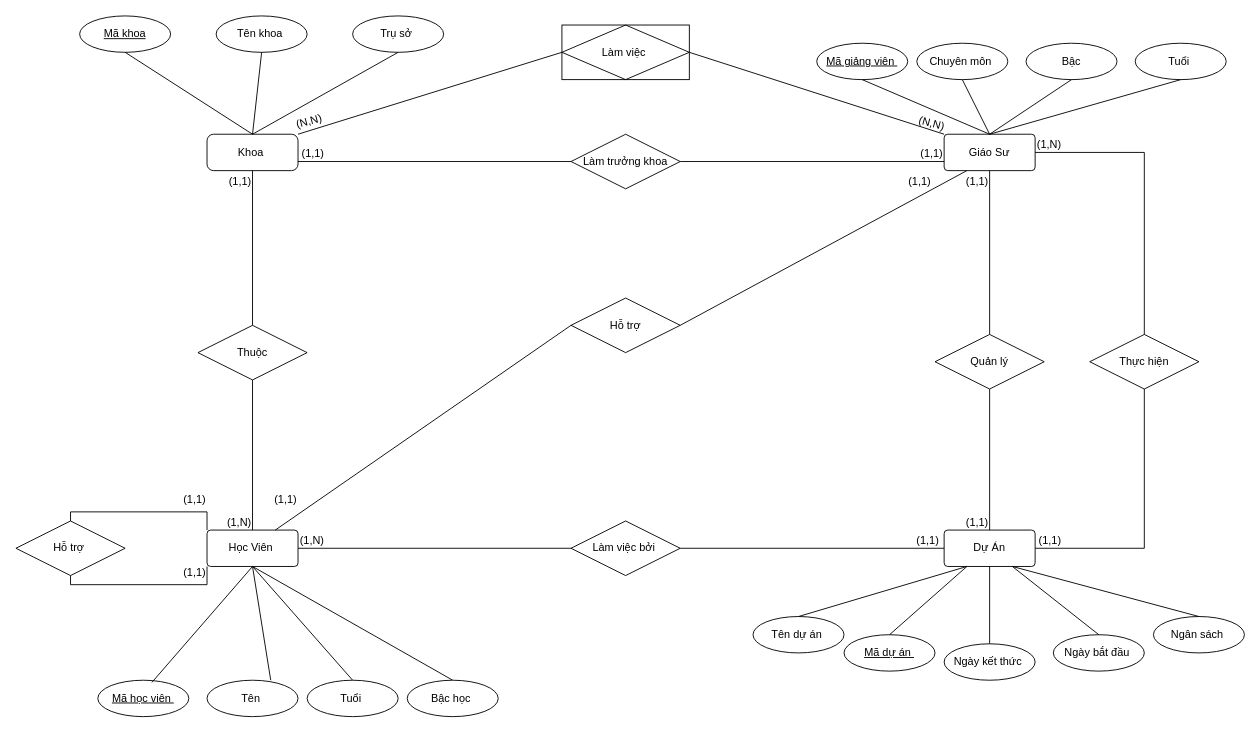
This is bai2.drawio from Hathe22/CSDL, a draw.io file, before an edit. Source tidied: cells renumbered, new cells numbered last; positions are measured from the earlier drawing's top-left corner, leaving out a move shared by most shapes. Both pictures are drawn from the tidied source at 91%, with x=0, y=0 at pixel (15, 15).
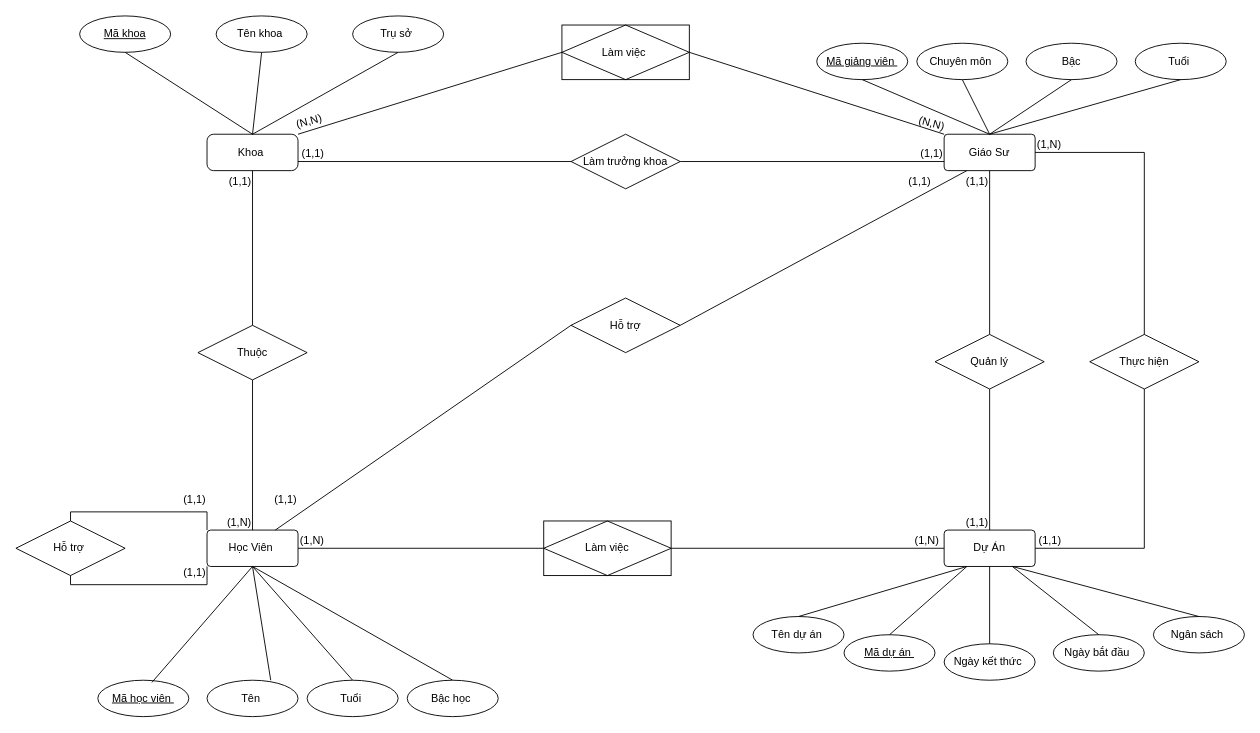
Above is the later version.

Commit message:
Cập nhật bai2 ER.drawio

Unchanged cells that the change refers to:
```xml
<mxCell id="11" value="Học Viên&amp;nbsp;" style="rounded=1;arcSize=10;whiteSpace=wrap;html=1;align=center;" parent="1" vertex="1">
  <mxGeometry x="210" y="565" width="100" height="40" as="geometry" />
</mxCell>
<mxCell id="19" value="Dự Án" style="rounded=1;arcSize=10;whiteSpace=wrap;html=1;align=center;" parent="1" vertex="1">
  <mxGeometry x="1020" y="565" width="100" height="40" as="geometry" />
</mxCell>
```

What changed in the source:
```diff
@@
-    <mxCell id="48" value="Làm việc bởi&amp;nbsp;" style="shape=rhombus;perimeter=rhombusPerimeter;whiteSpace=wrap;html=1;align=center;" parent="1" vertex="1">
-      <mxGeometry x="610" y="555" width="120" height="60" as="geometry" />
-    </mxCell>
-    <mxCell id="49" style="endArrow=none;html=1;rounded=0;entryX=0;entryY=0.5;entryDx=0;entryDy=0;exitX=1;exitY=0.5;exitDx=0;exitDy=0;" parent="1" edge="1" source="48" target="19">
+    <mxCell id="49" style="endArrow=none;html=1;rounded=0;entryX=0;entryY=0.5;entryDx=0;entryDy=0;exitX=1;exitY=0.5;exitDx=0;exitDy=0;" parent="1" edge="1" source="78" target="19">
       <mxGeometry relative="1" as="geometry" />
     </mxCell>
-    <mxCell id="50" value="(1,1)&amp;nbsp;" style="html=1;whiteSpace=wrap;align=right;verticalAlign=bottom;" parent="49" vertex="1">
+    <mxCell id="50" value="(1,N)&amp;nbsp;" style="html=1;whiteSpace=wrap;align=right;verticalAlign=bottom;" parent="49" vertex="1">
       <mxGeometry x="1" relative="1" as="geometry">
         <mxPoint x="-1" as="offset" />
       </mxGeometry>
     </mxCell>
-    <mxCell id="51" style="endArrow=none;html=1;rounded=0;entryX=1;entryY=0.5;entryDx=0;entryDy=0;exitX=0;exitY=0.5;exitDx=0;exitDy=0;" parent="1" edge="1" source="48" target="11">
+    <mxCell id="51" style="endArrow=none;html=1;rounded=0;entryX=1;entryY=0.5;entryDx=0;entryDy=0;exitX=0;exitY=0.5;exitDx=0;exitDy=0;" parent="1" edge="1" source="78" target="11">
       <mxGeometry relative="1" as="geometry" />
     </mxCell>
@@
+    <mxCell id="78" value="Làm việc" style="shape=associativeEntity;whiteSpace=wrap;html=1;align=center;" parent="1" vertex="1">
+      <mxGeometry x="580" y="555" width="140" height="60" as="geometry" />
+    </mxCell>
```
